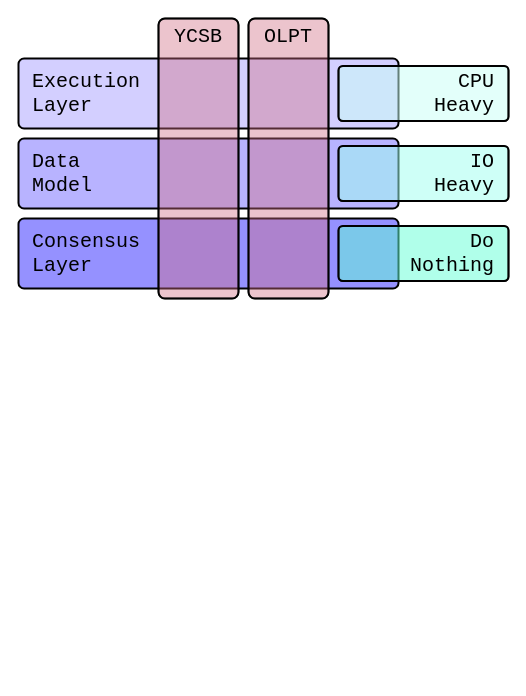
This is diagrams/BlockBenchWorkloadLayers.drawio from David-Sat/blockbench-setup, a draw.io file, before an edit. Source tidied: cells renumbered, new cells numbered last; positions are measured from the earlier drawing's top-left corner, leaving out a move shared by most shapes. Both pictures are drawn from the tidied source at 100%, with x=0, y=0 at pixel (18, 18).
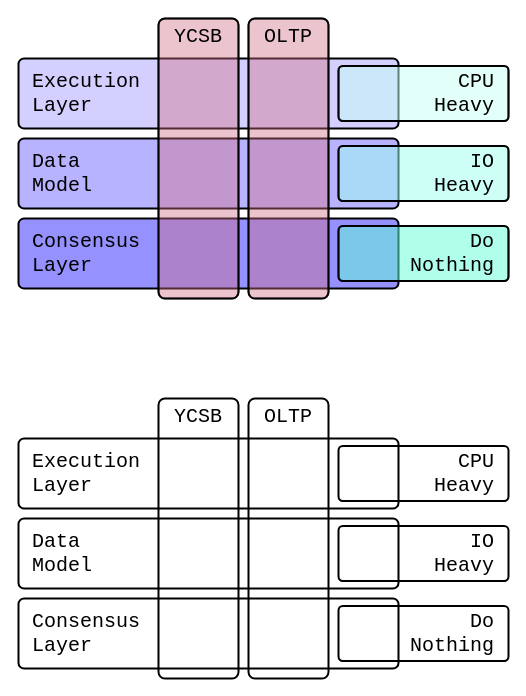
The same diagram, later.

Diff of the diagram source:
```diff
@@
-    <mxCell id="11" value="OLPT" style="rounded=1;whiteSpace=wrap;html=1;strokeWidth=2;align=center;fontSize=20;fontFamily=Courier New;arcSize=8;perimeterSpacing=0;fillColor=none;verticalAlign=top;" parent="1" vertex="1">
+    <mxCell id="11" value="OLTP" style="rounded=1;whiteSpace=wrap;html=1;strokeWidth=2;align=center;fontSize=20;fontFamily=Courier New;arcSize=8;perimeterSpacing=0;fillColor=none;verticalAlign=top;" parent="1" vertex="1">
       <mxGeometry x="230" width="80" height="280" as="geometry" />
     </mxCell>
@@
+    <mxCell id="15" value="&lt;div style=&quot;font-size: 20px&quot;&gt;&amp;nbsp;Execution &lt;br style=&quot;font-size: 20px&quot;&gt;&lt;/div&gt;&lt;div style=&quot;font-size: 20px&quot;&gt;&amp;nbsp;Layer&lt;/div&gt;" style="rounded=1;whiteSpace=wrap;html=1;strokeWidth=2;align=left;fontSize=20;fontFamily=Courier New;arcSize=8;fillColor=none;" parent="1" vertex="1">
+      <mxGeometry y="420" width="380" height="70" as="geometry" />
+    </mxCell>
+    <mxCell id="16" value="&lt;div&gt;&amp;nbsp;Data&lt;/div&gt;&lt;div&gt;&amp;nbsp;Model&lt;br&gt;&lt;/div&gt;" style="rounded=1;whiteSpace=wrap;html=1;strokeWidth=2;align=left;fontSize=20;fontFamily=Courier New;arcSize=8;fillColor=none;" parent="1" vertex="1">
+      <mxGeometry y="500" width="380" height="70" as="geometry" />
+    </mxCell>
+    <mxCell id="17" value="&lt;div style=&quot;font-size: 20px&quot;&gt;&amp;nbsp;Consensus&lt;/div&gt;&lt;div style=&quot;font-size: 20px&quot;&gt;&amp;nbsp;Layer&lt;br&gt;&lt;/div&gt;" style="rounded=1;whiteSpace=wrap;html=1;strokeWidth=2;align=left;fontSize=20;fontFamily=Courier New;arcSize=8;fillColor=none;" parent="1" vertex="1">
+      <mxGeometry y="580" width="380" height="70" as="geometry" />
+    </mxCell>
+    <mxCell id="18" value="YCSB" style="rounded=1;whiteSpace=wrap;html=1;strokeWidth=2;align=center;fontSize=20;fontFamily=Courier New;arcSize=8;perimeterSpacing=0;fillColor=none;verticalAlign=top;" parent="1" vertex="1">
+      <mxGeometry x="140" y="380" width="80" height="280" as="geometry" />
+    </mxCell>
+    <mxCell id="19" value="OLTP" style="rounded=1;whiteSpace=wrap;html=1;strokeWidth=2;align=center;fontSize=20;fontFamily=Courier New;arcSize=8;perimeterSpacing=0;fillColor=none;verticalAlign=top;" parent="1" vertex="1">
+      <mxGeometry x="230" y="380" width="80" height="280" as="geometry" />
+    </mxCell>
+    <mxCell id="20" value="&lt;div style=&quot;font-size: 20px&quot;&gt;&amp;nbsp;CPU&amp;nbsp; &lt;br style=&quot;font-size: 20px&quot;&gt;&lt;/div&gt;&lt;div style=&quot;font-size: 20px&quot;&gt;&amp;nbsp;Heavy&amp;nbsp; &lt;br&gt;&lt;/div&gt;" style="rounded=1;whiteSpace=wrap;html=1;strokeWidth=2;align=right;fontSize=20;fontFamily=Courier New;arcSize=8;perimeterSpacing=0;fillColor=none;" parent="1" vertex="1">
+      <mxGeometry x="320" y="427.5" width="170" height="55" as="geometry" />
+    </mxCell>
+    <mxCell id="21" value="&lt;div style=&quot;font-size: 20px&quot;&gt;&amp;nbsp;IO&amp;nbsp; &lt;br style=&quot;font-size: 20px&quot;&gt;&lt;/div&gt;&lt;div style=&quot;font-size: 20px&quot;&gt;&amp;nbsp;Heavy&amp;nbsp; &lt;br&gt;&lt;/div&gt;" style="rounded=1;whiteSpace=wrap;html=1;strokeWidth=2;align=right;fontSize=20;fontFamily=Courier New;arcSize=8;perimeterSpacing=0;fillColor=none;" parent="1" vertex="1">
+      <mxGeometry x="320" y="507.5" width="170" height="55" as="geometry" />
+    </mxCell>
+    <mxCell id="22" value="&lt;div style=&quot;font-size: 20px&quot;&gt;&amp;nbsp;Do&amp;nbsp; &lt;br style=&quot;font-size: 20px&quot;&gt;&lt;/div&gt;&lt;div style=&quot;font-size: 20px&quot;&gt;&amp;nbsp;Nothing&amp;nbsp; &lt;br&gt;&lt;/div&gt;" style="rounded=1;whiteSpace=wrap;html=1;strokeWidth=2;align=right;fontSize=20;fontFamily=Courier New;arcSize=8;perimeterSpacing=0;fillColor=none;" parent="1" vertex="1">
+      <mxGeometry x="320" y="587.5" width="170" height="55" as="geometry" />
+    </mxCell>
```
